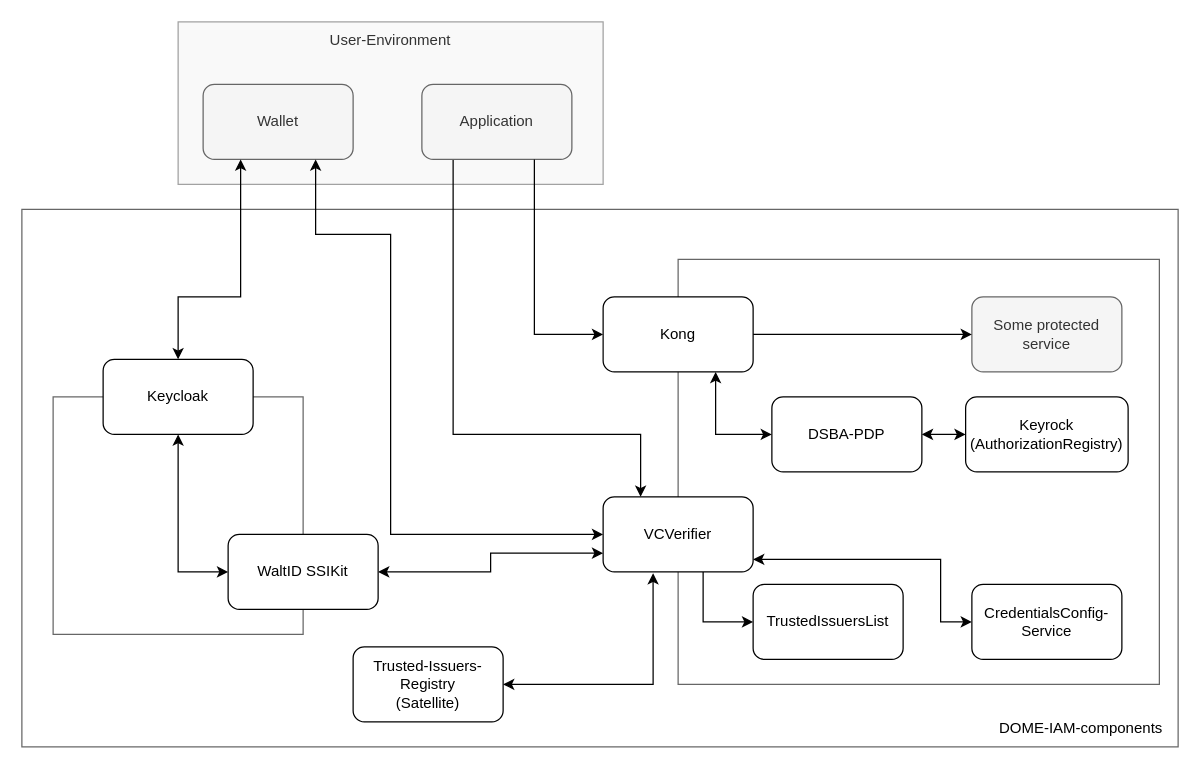
Earlier version of the draw.io diagram doc/img/iam.drawio (DOME-Marketplace/integration-guide). Source tidied: cells renumbered, new cells numbered last; positions are measured from the earlier drawing's top-left corner, leaving out a move shared by most shapes. Both pictures are drawn from the tidied source at 125%, with x=0, y=0 at pixel (21, 21).
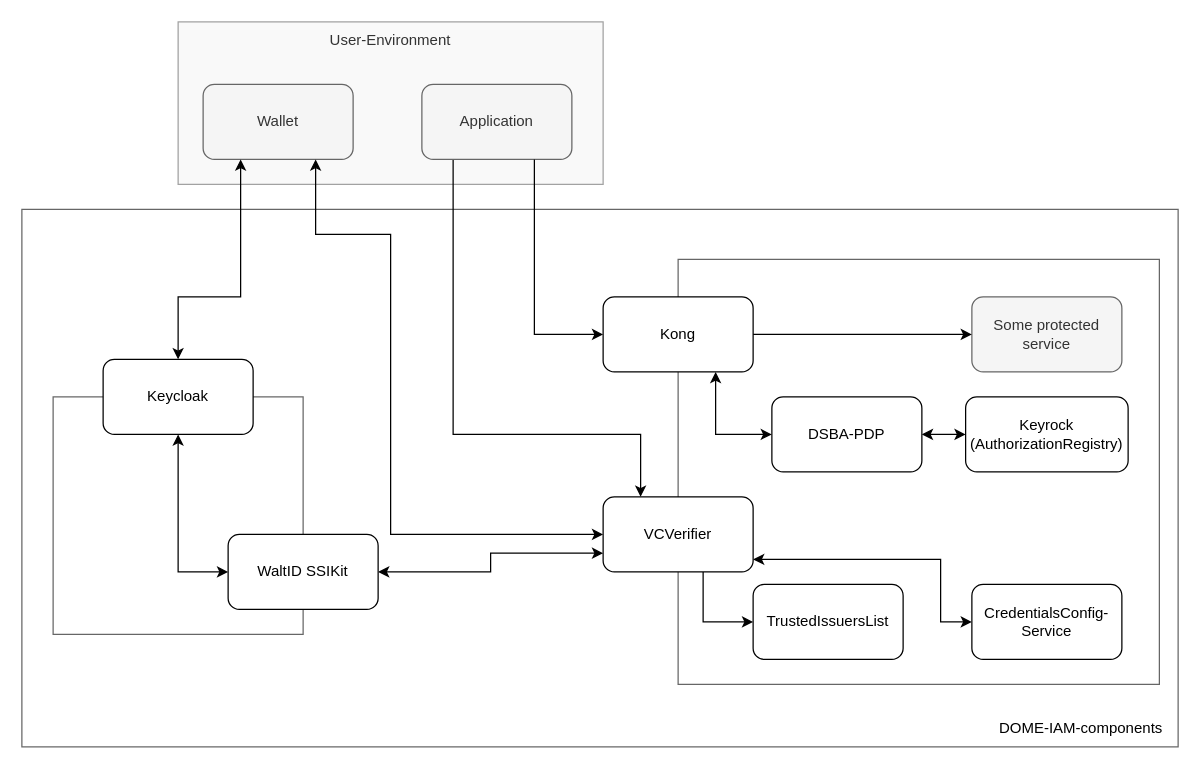
After the change.

Commit message (it also covers changes not shown here):
Updated iam diagram

Unchanged cells that the change refers to:
```xml
<mxCell id="16" value="VCVerifier" style="rounded=1;whiteSpace=wrap;html=1;" parent="1" vertex="1">
  <mxGeometry x="465" y="380" width="120" height="60" as="geometry" />
</mxCell>
```

Diff of the diagram source:
```diff
@@
-    <mxCell id="22" value="&lt;div&gt;Trusted-Issuers-Registry&lt;/div&gt;&lt;div&gt;(Satellite)&lt;br&gt;&lt;/div&gt;" style="rounded=1;whiteSpace=wrap;html=1;" parent="1" vertex="1">
-      <mxGeometry x="265" y="500" width="120" height="60" as="geometry" />
-    </mxCell>
-    <mxCell id="23" style="endArrow=classic;startArrow=classic;html=1;rounded=0;entryX=0.333;entryY=1.017;entryDx=0;entryDy=0;entryPerimeter=0;exitX=1;exitY=0.5;exitDx=0;exitDy=0;" parent="1" edge="1" source="22" target="16">
-      <mxGeometry relative="1" as="geometry">
-        <Array as="points">
-          <mxPoint x="505" y="530" />
-        </Array>
-      </mxGeometry>
-    </mxCell>
```
